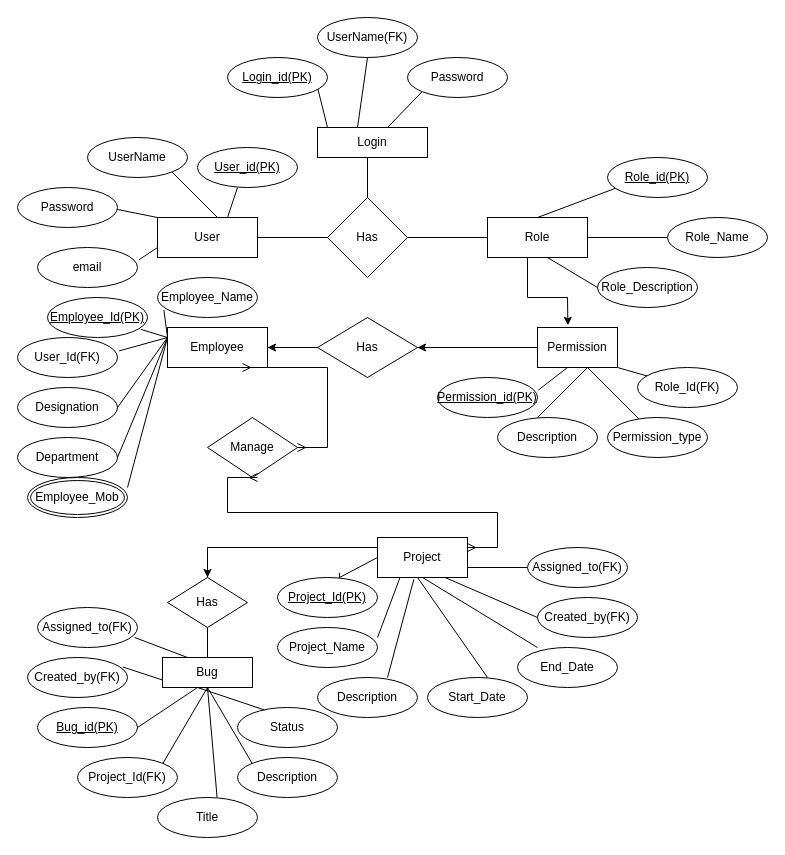
SamruddhiV43/CCE keeps this draw.io diagram as page "Page-2" (2 of 2) of Er diagram of pms.drawio. Above is the earlier version. Source tidied: cells renumbered, new cells numbered last; positions are measured from the earlier drawing's top-left corner, leaving out a move shared by most shapes. Both pictures are drawn from the tidied source at 100%, with x=0, y=0 at pixel (17, 17).
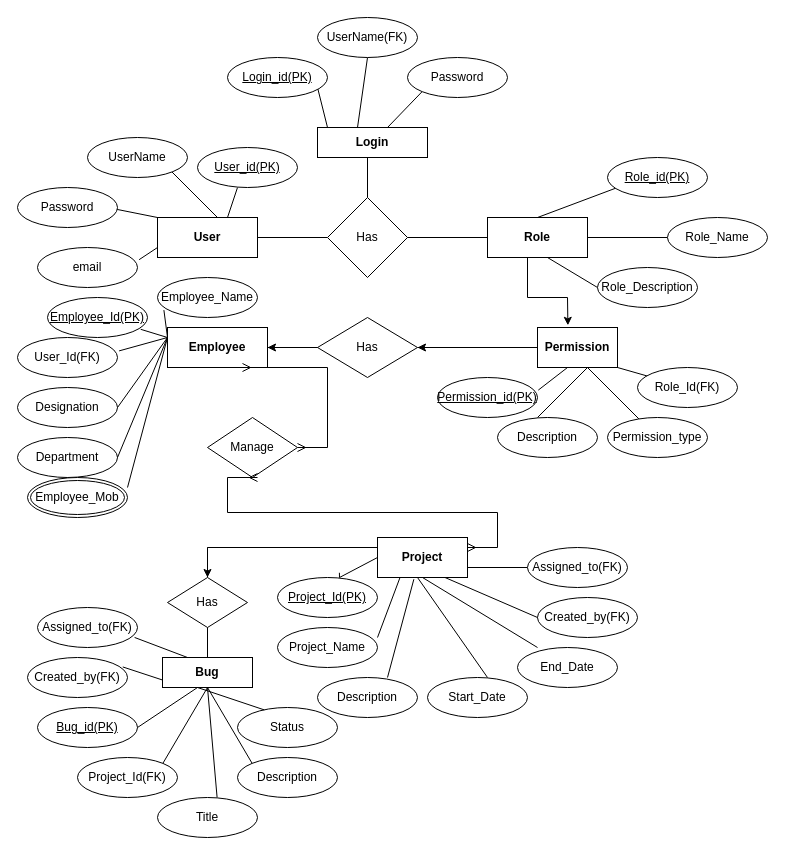
Above is the later version.

What changed in the source:
```diff
@@
-    <mxCell id="2" value="User" style="rounded=0;whiteSpace=wrap;html=1;" parent="1" vertex="1">
+    <mxCell id="2" value="&lt;b&gt;User&lt;/b&gt;" style="rounded=0;whiteSpace=wrap;html=1;" parent="1" vertex="1">
       <mxGeometry x="140" y="200" width="100" height="40" as="geometry" />
     </mxCell>
@@
-    <mxCell id="6" value="Role" style="rounded=0;whiteSpace=wrap;html=1;" parent="1" vertex="1">
+    <mxCell id="6" value="&lt;b&gt;Role&lt;/b&gt;" style="rounded=0;whiteSpace=wrap;html=1;" parent="1" vertex="1">
       <mxGeometry x="470" y="200" width="100" height="40" as="geometry" />
     </mxCell>
@@
-    <mxCell id="8" value="Login" style="rounded=0;whiteSpace=wrap;html=1;" parent="1" vertex="1">
+    <mxCell id="8" value="&lt;b&gt;Login&lt;/b&gt;" style="rounded=0;whiteSpace=wrap;html=1;" parent="1" vertex="1">
       <mxGeometry x="300" y="110" width="110" height="30" as="geometry" />
     </mxCell>
@@
-    <mxCell id="28" value="Permission" style="rounded=0;whiteSpace=wrap;html=1;" parent="1" vertex="1">
+    <mxCell id="28" value="&lt;b&gt;Permission&lt;/b&gt;" style="rounded=0;whiteSpace=wrap;html=1;" parent="1" vertex="1">
       <mxGeometry x="520" y="310" width="80" height="40" as="geometry" />
     </mxCell>
@@
-    <mxCell id="34" value="Employee" style="whiteSpace=wrap;html=1;align=center;" parent="1" vertex="1">
+    <mxCell id="34" value="&lt;b&gt;Employee&lt;/b&gt;" style="whiteSpace=wrap;html=1;align=center;" parent="1" vertex="1">
       <mxGeometry x="150" y="310" width="100" height="40" as="geometry" />
     </mxCell>
@@
-    <mxCell id="60" value="Project" style="whiteSpace=wrap;html=1;align=center;" parent="1" vertex="1">
+    <mxCell id="60" value="&lt;b&gt;Project&lt;/b&gt;" style="whiteSpace=wrap;html=1;align=center;" parent="1" vertex="1">
       <mxGeometry x="360" y="520" width="90" height="40" as="geometry" />
     </mxCell>
@@
-    <mxCell id="79" value="Bug" style="whiteSpace=wrap;html=1;align=center;" parent="1" vertex="1">
+    <mxCell id="79" value="&lt;b&gt;Bug&lt;/b&gt;" style="whiteSpace=wrap;html=1;align=center;" parent="1" vertex="1">
       <mxGeometry x="145" y="640" width="90" height="30" as="geometry" />
     </mxCell>
```
